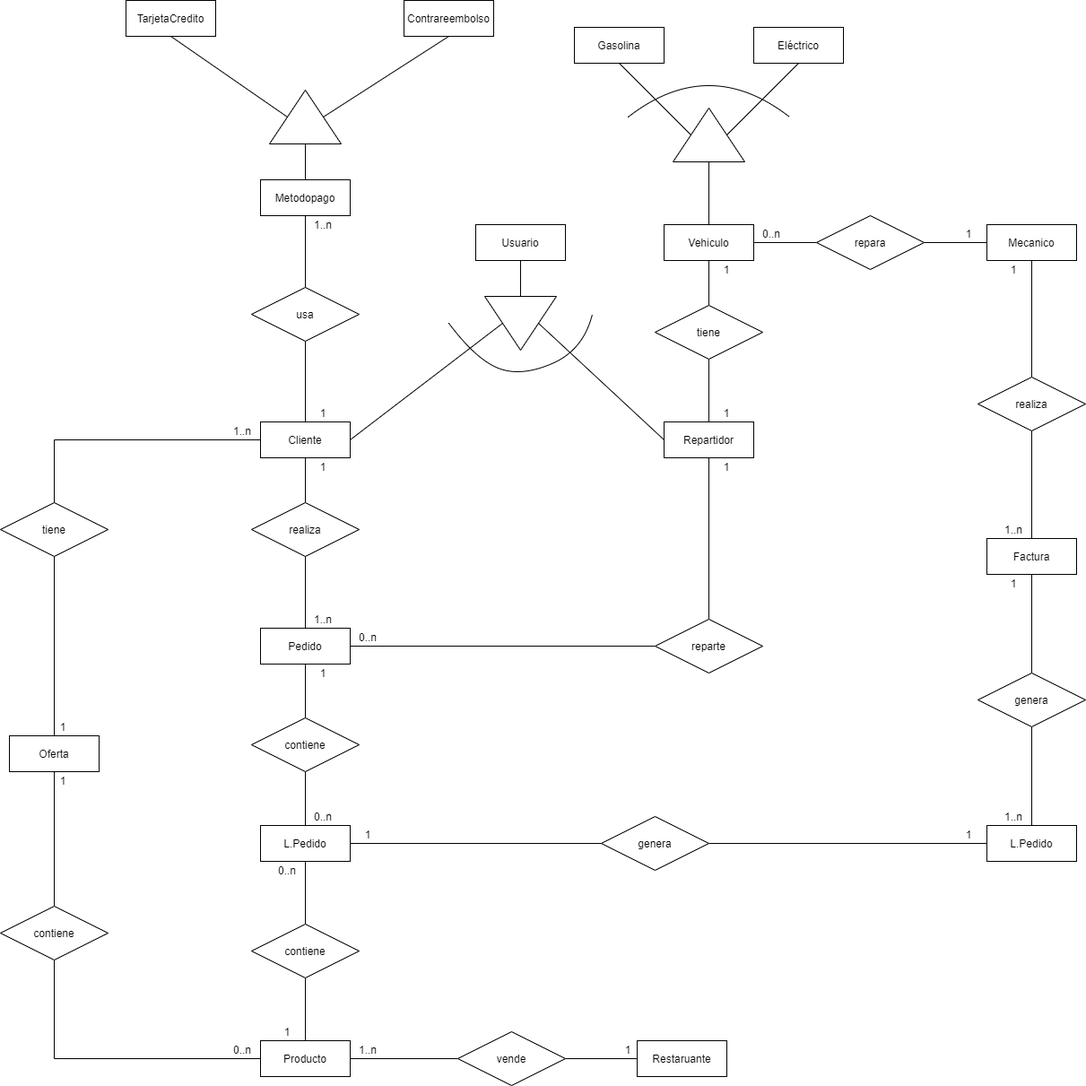
Earlier version of the draw.io export MER.png (carlosbuendiaj/AlbaEats). Source tidied: cells renumbered, new cells last; positions are measured from the earlier drawing's top-left corner, leaving out a move shared by most shapes.
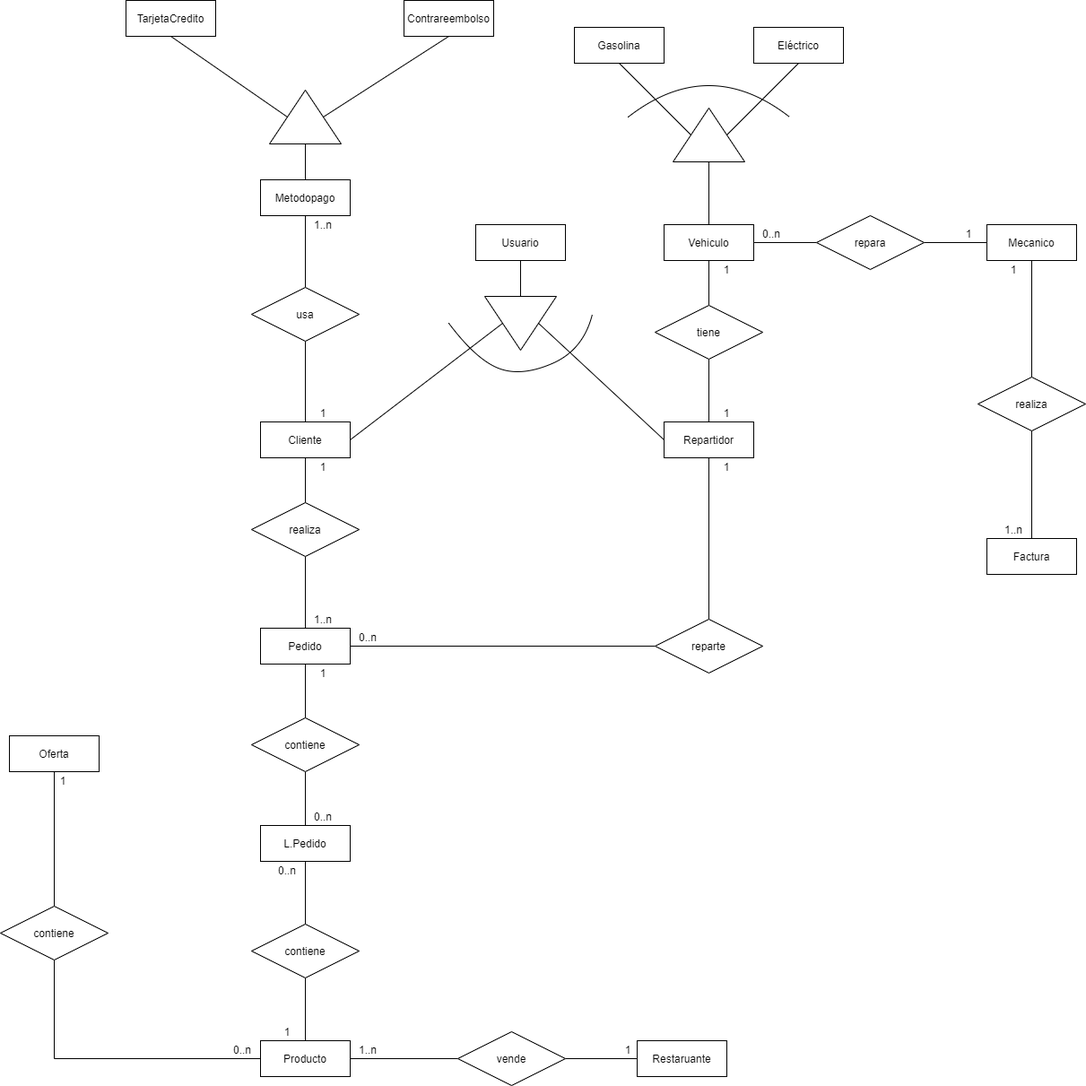
After the commit.

Commit message:
Datos del MER actualizados

No eliminar el archivo .drawio porque contiene el los datos necesarios para modificar el MER en caso de que se necesite.

Diff of the diagram source:
```diff
@@ -120,34 +120,9 @@
     <mxCell id="39" value="Restaruante" style="whiteSpace=wrap;html=1;align=center;" parent="1" vertex="1">
       <mxGeometry x="710" y="1160" width="100" height="40" as="geometry" />
     </mxCell>
-    <mxCell id="40" style="edgeStyle=none;rounded=0;jettySize=auto;html=1;exitX=0.5;exitY=0;exitDx=0;exitDy=0;entryX=0;entryY=0.5;entryDx=0;entryDy=0;endArrow=none;endFill=0;strokeColor=#000000;" parent="1" edge="1" source="42" target="5">
-      <mxGeometry relative="1" as="geometry">
-        <Array as="points">
-          <mxPoint x="60" y="490" />
-        </Array>
-      </mxGeometry>
-    </mxCell>
-    <mxCell id="41" style="edgeStyle=none;rounded=0;jettySize=auto;html=1;exitX=0.5;exitY=1;exitDx=0;exitDy=0;entryX=0.5;entryY=0;entryDx=0;entryDy=0;endArrow=none;endFill=0;strokeColor=#000000;" parent="1" edge="1" source="42" target="22">
-      <mxGeometry relative="1" as="geometry" />
-    </mxCell>
-    <mxCell id="42" value="tiene" style="shape=rhombus;perimeter=rhombusPerimeter;whiteSpace=wrap;html=1;align=center;" parent="1" vertex="1">
-      <mxGeometry y="560" width="120" height="60" as="geometry" />
-    </mxCell>
-    <mxCell id="43" style="edgeStyle=orthogonalEdgeStyle;rounded=0;jettySize=auto;html=1;exitX=1;exitY=0.5;exitDx=0;exitDy=0;endArrow=none;endFill=0;" parent="1" edge="1" source="45" target="47">
-      <mxGeometry relative="1" as="geometry" />
-    </mxCell>
-    <mxCell id="44" style="rounded=0;jettySize=auto;html=1;exitX=0;exitY=0.5;exitDx=0;exitDy=0;entryX=1;entryY=0.5;entryDx=0;entryDy=0;endArrow=none;endFill=0;" parent="1" edge="1" source="45" target="31">
-      <mxGeometry relative="1" as="geometry" />
-    </mxCell>
-    <mxCell id="45" value="genera" style="shape=rhombus;perimeter=rhombusPerimeter;whiteSpace=wrap;html=1;align=center;" parent="1" vertex="1">
-      <mxGeometry x="670" y="910" width="120" height="60" as="geometry" />
-    </mxCell>
     <mxCell id="46" value="contiene" style="shape=rhombus;perimeter=rhombusPerimeter;whiteSpace=wrap;html=1;align=center;" parent="1" vertex="1">
       <mxGeometry y="1010" width="120" height="60" as="geometry" />
     </mxCell>
-    <mxCell id="47" value="L.Pedido" style="whiteSpace=wrap;html=1;align=center;" parent="1" vertex="1">
-      <mxGeometry x="1100" y="920" width="100" height="40" as="geometry" />
-    </mxCell>
     <mxCell id="48" style="edgeStyle=none;rounded=0;jettySize=auto;html=1;exitX=0.5;exitY=0;exitDx=0;exitDy=0;endArrow=none;endFill=0;strokeColor=#000000;" parent="1" edge="1" source="50" target="53">
       <mxGeometry relative="1" as="geometry" />
     </mxCell>
@@ -202,21 +177,6 @@
     <mxCell id="65" value="Factura" style="whiteSpace=wrap;html=1;align=center;" parent="1" vertex="1">
       <mxGeometry x="1100" y="600" width="100" height="40" as="geometry" />
     </mxCell>
-    <mxCell id="66" style="edgeStyle=none;rounded=0;jettySize=auto;html=1;exitX=0.5;exitY=1;exitDx=0;exitDy=0;entryX=0.5;entryY=0;entryDx=0;entryDy=0;endArrow=none;endFill=0;strokeColor=#000000;" parent="1" edge="1" source="68" target="47">
-      <mxGeometry relative="1" as="geometry" />
-    </mxCell>
-    <mxCell id="67" style="edgeStyle=none;rounded=0;jettySize=auto;html=1;exitX=0.5;exitY=0;exitDx=0;exitDy=0;entryX=0.5;entryY=1;entryDx=0;entryDy=0;endArrow=none;endFill=0;strokeColor=#000000;" parent="1" edge="1" source="68" target="65">
-      <mxGeometry relative="1" as="geometry" />
-    </mxCell>
-    <mxCell id="68" value="genera" style="shape=rhombus;perimeter=rhombusPerimeter;whiteSpace=wrap;html=1;align=center;" parent="1" vertex="1">
-      <mxGeometry x="1090" y="750" width="120" height="60" as="geometry" />
-    </mxCell>
-    <mxCell id="69" value="1..n" style="text;html=1;strokeColor=none;fillColor=none;align=center;verticalAlign=middle;whiteSpace=wrap;rounded=0;" parent="1" vertex="1">
-      <mxGeometry x="250" y="470" width="40" height="20" as="geometry" />
-    </mxCell>
-    <mxCell id="70" value="1" style="text;html=1;strokeColor=none;fillColor=none;align=center;verticalAlign=middle;whiteSpace=wrap;rounded=0;" parent="1" vertex="1">
-      <mxGeometry x="50" y="800" width="40" height="20" as="geometry" />
-    </mxCell>
     <mxCell id="71" value="1" style="text;html=1;strokeColor=none;fillColor=none;align=center;verticalAlign=middle;whiteSpace=wrap;rounded=0;" parent="1" vertex="1">
       <mxGeometry x="50" y="860" width="40" height="20" as="geometry" />
     </mxCell>
@@ -235,9 +195,6 @@
     <mxCell id="76" value="1" style="text;html=1;strokeColor=none;fillColor=none;align=center;verticalAlign=middle;whiteSpace=wrap;rounded=0;" parent="1" vertex="1">
       <mxGeometry x="300" y="1140" width="40" height="20" as="geometry" />
     </mxCell>
-    <mxCell id="77" value="1" style="text;html=1;strokeColor=none;fillColor=none;align=center;verticalAlign=middle;whiteSpace=wrap;rounded=0;" parent="1" vertex="1">
-      <mxGeometry x="390" y="920" width="40" height="20" as="geometry" />
-    </mxCell>
     <mxCell id="78" value="0..n" style="text;html=1;strokeColor=none;fillColor=none;align=center;verticalAlign=middle;whiteSpace=wrap;rounded=0;" parent="1" vertex="1">
       <mxGeometry x="340" y="900" width="40" height="20" as="geometry" />
     </mxCell>
@@ -277,15 +234,6 @@
     <mxCell id="90" value="1..n" style="text;html=1;strokeColor=none;fillColor=none;align=center;verticalAlign=middle;whiteSpace=wrap;rounded=0;" parent="1" vertex="1">
       <mxGeometry x="1110" y="580" width="40" height="20" as="geometry" />
     </mxCell>
-    <mxCell id="91" value="1" style="text;html=1;strokeColor=none;fillColor=none;align=center;verticalAlign=middle;whiteSpace=wrap;rounded=0;" parent="1" vertex="1">
-      <mxGeometry x="1110" y="640" width="40" height="20" as="geometry" />
-    </mxCell>
-    <mxCell id="92" value="1..n" style="text;html=1;strokeColor=none;fillColor=none;align=center;verticalAlign=middle;whiteSpace=wrap;rounded=0;" parent="1" vertex="1">
-      <mxGeometry x="1110" y="900" width="40" height="20" as="geometry" />
-    </mxCell>
-    <mxCell id="93" value="1" style="text;html=1;strokeColor=none;fillColor=none;align=center;verticalAlign=middle;whiteSpace=wrap;rounded=0;" parent="1" vertex="1">
-      <mxGeometry x="1060" y="920" width="40" height="20" as="geometry" />
-    </mxCell>
     <mxCell id="94" value="1" style="text;html=1;strokeColor=none;fillColor=none;align=center;verticalAlign=middle;whiteSpace=wrap;rounded=0;" parent="1" vertex="1">
       <mxGeometry x="340" y="450" width="40" height="20" as="geometry" />
     </mxCell>
```
